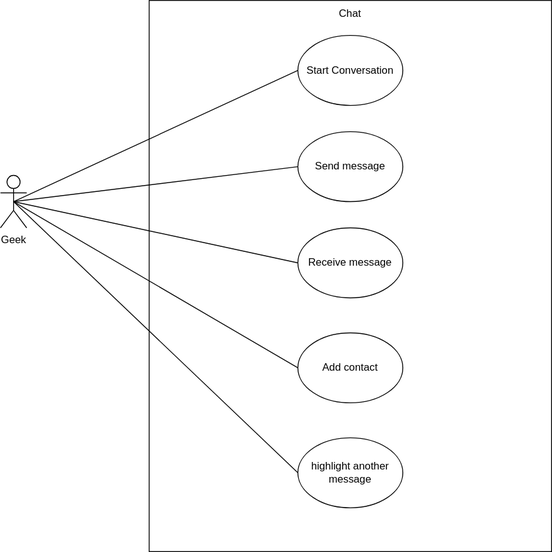
Above: Deliverable1/UsecaseDiagrams/Chat.drawio.svg in tshegofatso-motlhakane/Geeks-Chat (draw.io), before the change. Source tidied: cells renumbered, new cells last; positions are measured from the earlier drawing's top-left corner, leaving out a move shared by most shapes.
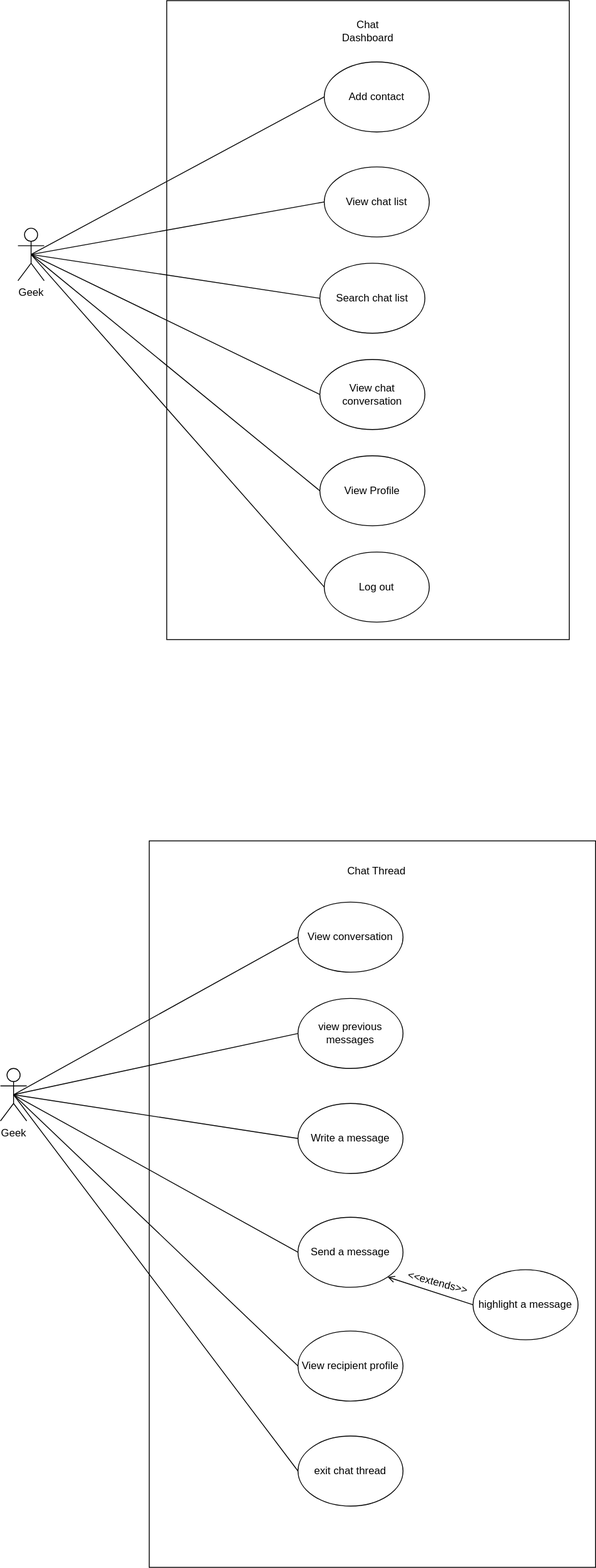
After the commit.

What changed in the source:
```diff
@@ -3,22 +3,22 @@
     <mxCell id="0" />
     <mxCell id="1" parent="0" />
     <mxCell id="2" style="rounded=0;whiteSpace=wrap;html=1;" parent="1" vertex="1">
-      <mxGeometry x="170" width="460" height="630" as="geometry" />
+      <mxGeometry x="110" y="-70" width="460" height="730" as="geometry" />
     </mxCell>
     <mxCell id="3" value="Geek" style="shape=umlActor;verticalLabelPosition=bottom;verticalAlign=top;html=1;outlineConnect=0;" parent="1" vertex="1">
-      <mxGeometry y="200" width="30" height="60" as="geometry" />
+      <mxGeometry x="-60" y="190" width="30" height="60" as="geometry" />
     </mxCell>
-    <mxCell id="4" value="Chat" style="text;html=1;strokeColor=none;fillColor=none;align=center;verticalAlign=middle;whiteSpace=wrap;rounded=0;" parent="1" vertex="1">
-      <mxGeometry x="370" width="60" height="30" as="geometry" />
+    <mxCell id="4" value="Chat Dashboard" style="text;html=1;strokeColor=none;fillColor=none;align=center;verticalAlign=middle;whiteSpace=wrap;rounded=0;" parent="1" vertex="1">
+      <mxGeometry x="310" y="-50" width="60" height="30" as="geometry" />
     </mxCell>
-    <mxCell id="5" value="Send message" style="ellipse;whiteSpace=wrap;html=1;" parent="1" vertex="1">
-      <mxGeometry x="340" y="150" width="120" height="80" as="geometry" />
+    <mxCell id="5" value="View chat list" style="ellipse;whiteSpace=wrap;html=1;" parent="1" vertex="1">
+      <mxGeometry x="290" y="120" width="120" height="80" as="geometry" />
     </mxCell>
-    <mxCell id="6" value="Receive message" style="ellipse;whiteSpace=wrap;html=1;" parent="1" vertex="1">
-      <mxGeometry x="340" y="260" width="120" height="80" as="geometry" />
+    <mxCell id="6" value="View chat conversation" style="ellipse;whiteSpace=wrap;html=1;" parent="1" vertex="1">
+      <mxGeometry x="285" y="340" width="120" height="80" as="geometry" />
     </mxCell>
-    <mxCell id="7" value="Add contact" style="ellipse;whiteSpace=wrap;html=1;" parent="1" vertex="1">
-      <mxGeometry x="340" y="380" width="120" height="80" as="geometry" />
+    <mxCell id="7" value="View Profile" style="ellipse;whiteSpace=wrap;html=1;" parent="1" vertex="1">
+      <mxGeometry x="285" y="450" width="120" height="80" as="geometry" />
     </mxCell>
     <mxCell id="8" style="endArrow=none;html=1;rounded=0;exitX=0.5;exitY=0.5;exitDx=0;exitDy=0;exitPerimeter=0;entryX=0;entryY=0.5;entryDx=0;entryDy=0;" parent="1" edge="1" source="3" target="5">
       <mxGeometry relative="1" as="geometry" />
@@ -29,17 +29,77 @@
     <mxCell id="10" style="endArrow=none;html=1;rounded=0;exitX=0.5;exitY=0.5;exitDx=0;exitDy=0;exitPerimeter=0;entryX=0;entryY=0.5;entryDx=0;entryDy=0;" parent="1" edge="1" source="3" target="7">
       <mxGeometry relative="1" as="geometry" />
     </mxCell>
-    <mxCell id="11" value="Start Conversation" style="ellipse;whiteSpace=wrap;html=1;" parent="1" vertex="1">
-      <mxGeometry x="340" y="40" width="120" height="80" as="geometry" />
+    <mxCell id="11" value="Search chat list" style="ellipse;whiteSpace=wrap;html=1;" parent="1" vertex="1">
+      <mxGeometry x="285" y="230" width="120" height="80" as="geometry" />
     </mxCell>
     <mxCell id="12" style="endArrow=none;html=1;rounded=0;exitX=0.5;exitY=0.5;exitDx=0;exitDy=0;exitPerimeter=0;entryX=0;entryY=0.5;entryDx=0;entryDy=0;" parent="1" edge="1" source="3" target="11">
       <mxGeometry relative="1" as="geometry" />
     </mxCell>
-    <mxCell id="13" value="highlight another message" style="ellipse;whiteSpace=wrap;html=1;" parent="1" vertex="1">
-      <mxGeometry x="340" y="500" width="120" height="80" as="geometry" />
+    <mxCell id="13" value="Log out" style="ellipse;whiteSpace=wrap;html=1;" parent="1" vertex="1">
+      <mxGeometry x="290" y="560" width="120" height="80" as="geometry" />
     </mxCell>
     <mxCell id="14" style="endArrow=none;html=1;rounded=0;exitX=0.5;exitY=0.5;exitDx=0;exitDy=0;exitPerimeter=0;entryX=0;entryY=0.5;entryDx=0;entryDy=0;" parent="1" edge="1" source="3" target="13">
       <mxGeometry relative="1" as="geometry" />
     </mxCell>
+    <mxCell id="15" value="Add contact" style="ellipse;whiteSpace=wrap;html=1;" parent="1" vertex="1">
+      <mxGeometry x="290" width="120" height="80" as="geometry" />
+    </mxCell>
+    <mxCell id="16" style="endArrow=none;html=1;rounded=0;exitX=0.5;exitY=0.5;exitDx=0;exitDy=0;exitPerimeter=0;entryX=0;entryY=0.5;entryDx=0;entryDy=0;" parent="1" edge="1" source="3" target="15">
+      <mxGeometry relative="1" as="geometry" />
+    </mxCell>
+    <mxCell id="17" style="rounded=0;whiteSpace=wrap;html=1;" parent="1" vertex="1">
+      <mxGeometry x="90" y="890" width="510" height="830" as="geometry" />
+    </mxCell>
+    <mxCell id="18" value="Geek" style="shape=umlActor;verticalLabelPosition=bottom;verticalAlign=top;html=1;outlineConnect=0;" parent="1" vertex="1">
+      <mxGeometry x="-80" y="1150" width="30" height="60" as="geometry" />
+    </mxCell>
+    <mxCell id="19" value="Chat Thread" style="text;html=1;strokeColor=none;fillColor=none;align=center;verticalAlign=middle;whiteSpace=wrap;rounded=0;" parent="1" vertex="1">
+      <mxGeometry x="300" y="910" width="100" height="30" as="geometry" />
+    </mxCell>
+    <mxCell id="20" value="view previous messages" style="ellipse;whiteSpace=wrap;html=1;" parent="1" vertex="1">
+      <mxGeometry x="260" y="1070" width="120" height="80" as="geometry" />
+    </mxCell>
+    <mxCell id="21" value="Send a message" style="ellipse;whiteSpace=wrap;html=1;" parent="1" vertex="1">
+      <mxGeometry x="260" y="1320" width="120" height="80" as="geometry" />
+    </mxCell>
+    <mxCell id="22" value="View recipient profile" style="ellipse;whiteSpace=wrap;html=1;" parent="1" vertex="1">
+      <mxGeometry x="260" y="1450" width="120" height="80" as="geometry" />
+    </mxCell>
+    <mxCell id="23" style="endArrow=none;html=1;rounded=0;exitX=0.5;exitY=0.5;exitDx=0;exitDy=0;exitPerimeter=0;entryX=0;entryY=0.5;entryDx=0;entryDy=0;" parent="1" edge="1" source="18" target="20">
+      <mxGeometry relative="1" as="geometry" />
+    </mxCell>
+    <mxCell id="24" style="endArrow=none;html=1;rounded=0;exitX=0.5;exitY=0.5;exitDx=0;exitDy=0;exitPerimeter=0;entryX=0;entryY=0.5;entryDx=0;entryDy=0;" parent="1" edge="1" source="18" target="21">
+      <mxGeometry relative="1" as="geometry" />
+    </mxCell>
+    <mxCell id="25" style="endArrow=none;html=1;rounded=0;exitX=0.5;exitY=0.5;exitDx=0;exitDy=0;exitPerimeter=0;entryX=0;entryY=0.5;entryDx=0;entryDy=0;" parent="1" edge="1" source="18" target="22">
+      <mxGeometry relative="1" as="geometry" />
+    </mxCell>
+    <mxCell id="26" value="Write a message" style="ellipse;whiteSpace=wrap;html=1;" parent="1" vertex="1">
+      <mxGeometry x="260" y="1190" width="120" height="80" as="geometry" />
+    </mxCell>
+    <mxCell id="27" style="endArrow=none;html=1;rounded=0;exitX=0.5;exitY=0.5;exitDx=0;exitDy=0;exitPerimeter=0;entryX=0;entryY=0.5;entryDx=0;entryDy=0;" parent="1" edge="1" source="18" target="26">
+      <mxGeometry relative="1" as="geometry" />
+    </mxCell>
+    <mxCell id="28" value="exit chat thread" style="ellipse;whiteSpace=wrap;html=1;" parent="1" vertex="1">
+      <mxGeometry x="260" y="1570" width="120" height="80" as="geometry" />
+    </mxCell>
+    <mxCell id="29" style="endArrow=none;html=1;rounded=0;exitX=0.5;exitY=0.5;exitDx=0;exitDy=0;exitPerimeter=0;entryX=0;entryY=0.5;entryDx=0;entryDy=0;" parent="1" edge="1" source="18" target="28">
+      <mxGeometry relative="1" as="geometry" />
+    </mxCell>
+    <mxCell id="30" value="View conversation" style="ellipse;whiteSpace=wrap;html=1;" parent="1" vertex="1">
+      <mxGeometry x="260" y="960" width="120" height="80" as="geometry" />
+    </mxCell>
+    <mxCell id="31" style="endArrow=none;html=1;rounded=0;exitX=0.5;exitY=0.5;exitDx=0;exitDy=0;exitPerimeter=0;entryX=0;entryY=0.5;entryDx=0;entryDy=0;" parent="1" edge="1" source="18" target="30">
+      <mxGeometry relative="1" as="geometry" />
+    </mxCell>
+    <mxCell id="32" value="highlight a message" style="ellipse;whiteSpace=wrap;html=1;" parent="1" vertex="1">
+      <mxGeometry x="460" y="1380" width="120" height="80" as="geometry" />
+    </mxCell>
+    <mxCell id="33" style="endArrow=none;html=1;rounded=0;entryX=0;entryY=0.5;entryDx=0;entryDy=0;exitX=1;exitY=1;exitDx=0;exitDy=0;endFill=0;startArrow=open;startFill=0;" parent="1" edge="1" source="21" target="32">
+      <mxGeometry relative="1" as="geometry" />
+    </mxCell>
+    <mxCell id="34" value="&amp;lt;&amp;lt;extends&amp;gt;&amp;gt;" style="text;html=1;strokeColor=none;fillColor=none;align=center;verticalAlign=middle;whiteSpace=wrap;rounded=0;rotation=15;" parent="1" vertex="1">
+      <mxGeometry x="390" y="1380" width="60" height="30" as="geometry" />
+    </mxCell>
   </root>
 </mxGraphModel>
```
